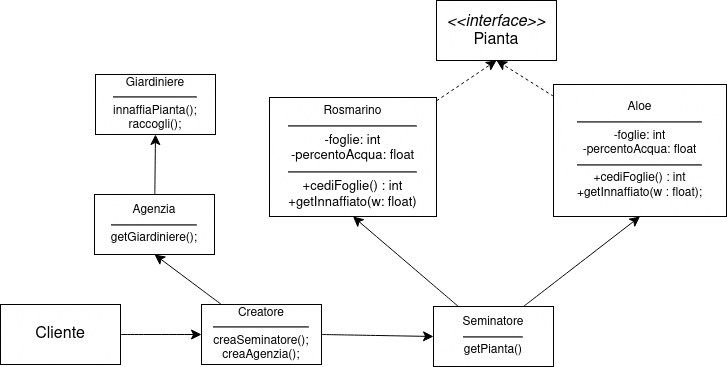
Before: y23-24-ids/plantScheme.drawio.png, a diagram exported from draw.io (belligerentcrow/ids_unict). Source tidied: cells renumbered, new cells last; positions are measured from the earlier drawing's top-left corner, leaving out a move shared by most shapes. Source of this version:
```xml
<mxGraphModel>
  <root>
    <mxCell id="0" />
    <mxCell id="1" parent="0" />
    <mxCell id="2" value="&lt;div&gt;&lt;i&gt;&lt;font style=&quot;font-size: 16px;&quot;&gt;&amp;lt;&amp;lt;interface&amp;gt;&amp;gt;&lt;br&gt;&lt;/font&gt;&lt;/i&gt;&lt;/div&gt;&lt;div&gt;&lt;font style=&quot;font-size: 16px;&quot;&gt;Pianta&lt;/font&gt;&lt;/div&gt;" style="rounded=0;whiteSpace=wrap;html=1;" parent="1" vertex="1">
      <mxGeometry x="436" width="120" height="60" as="geometry" />
    </mxCell>
    <mxCell id="3" value="&lt;font style=&quot;font-size: 16px;&quot;&gt;Cliente&lt;/font&gt;" style="rounded=0;whiteSpace=wrap;html=1;" parent="1" vertex="1">
      <mxGeometry y="304" width="120" height="60" as="geometry" />
    </mxCell>
    <mxCell id="4" style="edgeStyle=none;curved=1;rounded=0;jettySize=auto;html=1;entryX=0.5;entryY=1;entryDx=0;entryDy=0;fontSize=12;startSize=8;endSize=8;" parent="1" edge="1" source="6" target="9">
      <mxGeometry relative="1" as="geometry" />
    </mxCell>
    <mxCell id="5" style="edgeStyle=none;curved=1;rounded=0;jettySize=auto;html=1;exitX=0.75;exitY=0;exitDx=0;exitDy=0;entryX=0.5;entryY=1;entryDx=0;entryDy=0;fontSize=12;startSize=8;endSize=8;" parent="1" edge="1" source="6" target="11">
      <mxGeometry relative="1" as="geometry" />
    </mxCell>
    <mxCell id="6" value="&lt;div&gt;Seminatore&lt;/div&gt;&lt;div&gt;&lt;hr&gt;getPianta()&lt;br&gt;&lt;/div&gt;" style="rounded=0;whiteSpace=wrap;html=1;" parent="1" vertex="1">
      <mxGeometry x="433" y="306" width="120" height="60" as="geometry" />
    </mxCell>
    <mxCell id="7" style="endArrow=classic;html=1;rounded=0;fontSize=12;startSize=8;endSize=8;curved=1;entryX=0;entryY=0.5;entryDx=0;entryDy=0;exitX=1;exitY=0.5;exitDx=0;exitDy=0;" parent="1" edge="1" source="3" target="14">
      <mxGeometry relative="1" as="geometry" />
    </mxCell>
    <mxCell id="8" style="edgeStyle=none;curved=0;rounded=0;jettySize=auto;html=1;entryX=0.5;entryY=1;entryDx=0;entryDy=0;fontSize=12;startSize=8;endSize=8;dashed=1;" parent="1" edge="1" source="9" target="2">
      <mxGeometry relative="1" as="geometry" />
    </mxCell>
    <mxCell id="9" value="&lt;div&gt;&lt;font style=&quot;font-size: 12px;&quot;&gt;Rosmarino&lt;/font&gt;&lt;br&gt;&lt;hr&gt;&lt;font style=&quot;font-size: 13px;&quot;&gt;-foglie: int&lt;/font&gt;&lt;/div&gt;&lt;div&gt;&lt;font style=&quot;font-size: 13px;&quot;&gt;-percentoAcqua: float&lt;br&gt;&lt;/font&gt;&lt;/div&gt;&lt;div style=&quot;font-size: 13px;&quot;&gt;&lt;hr&gt;+cediFoglie() : int&lt;font style=&quot;font-size: 13px;&quot;&gt;&lt;br&gt;&lt;/font&gt;&lt;/div&gt;&lt;div style=&quot;font-size: 13px;&quot;&gt;&lt;font style=&quot;font-size: 13px;&quot;&gt;+getInnaffiato(w: float)&lt;br&gt;&lt;/font&gt;&lt;/div&gt;" style="rounded=0;whiteSpace=wrap;html=1;spacing=0;" parent="1" vertex="1">
      <mxGeometry x="269" y="97" width="167" height="119" as="geometry" />
    </mxCell>
    <mxCell id="10" style="edgeStyle=none;curved=1;rounded=0;jettySize=auto;html=1;entryX=0.5;entryY=1;entryDx=0;entryDy=0;fontSize=12;startSize=8;endSize=8;dashed=1;" parent="1" edge="1" source="11" target="2">
      <mxGeometry relative="1" as="geometry" />
    </mxCell>
    <mxCell id="11" value="&lt;div&gt;&lt;font style=&quot;font-size: 12px;&quot;&gt;Aloe&lt;br&gt;&lt;/font&gt;&lt;/div&gt;&lt;div&gt;&lt;hr&gt;&lt;font style=&quot;font-size: 12px;&quot;&gt;-foglie: int&lt;/font&gt;&lt;/div&gt;&lt;div&gt;&lt;font style=&quot;font-size: 12px;&quot;&gt;-percentoAcqua: float&lt;br&gt;&lt;/font&gt;&lt;/div&gt;&lt;div&gt;&lt;hr&gt;+cediFoglie() : int&lt;font style=&quot;font-size: 12px;&quot;&gt;&lt;br&gt;&lt;/font&gt;&lt;/div&gt;&lt;div&gt;&lt;font style=&quot;font-size: 12px;&quot;&gt;+getInnaffiato(w : float);&lt;br&gt;&lt;/font&gt;&lt;/div&gt;" style="rounded=0;whiteSpace=wrap;html=1;spacing=0;" parent="1" vertex="1">
      <mxGeometry x="553" y="84" width="173" height="132" as="geometry" />
    </mxCell>
    <mxCell id="12" style="edgeStyle=none;curved=1;rounded=0;jettySize=auto;html=1;exitX=1;exitY=0.5;exitDx=0;exitDy=0;entryX=0;entryY=0.5;entryDx=0;entryDy=0;fontSize=12;startSize=8;endSize=8;" parent="1" edge="1" source="14" target="6">
      <mxGeometry relative="1" as="geometry" />
    </mxCell>
    <mxCell id="13" style="edgeStyle=none;curved=1;rounded=0;jettySize=auto;html=1;fontSize=12;startSize=8;endSize=8;entryX=0.5;entryY=1;entryDx=0;entryDy=0;" parent="1" edge="1" source="14" target="16">
      <mxGeometry relative="1" as="geometry" />
    </mxCell>
    <mxCell id="14" value="&lt;div&gt;Creatore&lt;/div&gt;&lt;div&gt;&lt;hr&gt;creaSeminatore();&lt;/div&gt;&lt;div&gt;creaAgenzia();&lt;br&gt;&lt;/div&gt;" style="rounded=0;whiteSpace=wrap;html=1;" parent="1" vertex="1">
      <mxGeometry x="201" y="304" width="120" height="60" as="geometry" />
    </mxCell>
    <mxCell id="15" style="edgeStyle=none;curved=1;rounded=0;jettySize=auto;html=1;fontSize=12;startSize=8;endSize=8;entryX=0.5;entryY=1;entryDx=0;entryDy=0;" parent="1" edge="1" source="16" target="17">
      <mxGeometry relative="1" as="geometry" />
    </mxCell>
    <mxCell id="16" value="&lt;div&gt;Agenzia&lt;/div&gt;&lt;div&gt;&lt;hr&gt;getGiardiniere();&lt;br&gt;&lt;/div&gt;" style="rounded=0;whiteSpace=wrap;html=1;" parent="1" vertex="1">
      <mxGeometry x="94" y="194" width="120" height="60" as="geometry" />
    </mxCell>
    <mxCell id="17" value="&lt;div&gt;Giardiniere&lt;/div&gt;&lt;div&gt;&lt;hr&gt;innaffiaPianta();&lt;br&gt;&lt;/div&gt;&lt;div&gt;raccogli();&lt;br&gt;&lt;/div&gt;" style="rounded=0;whiteSpace=wrap;html=1;" parent="1" vertex="1">
      <mxGeometry x="95" y="74" width="120" height="60" as="geometry" />
    </mxCell>
  </root>
</mxGraphModel>
```
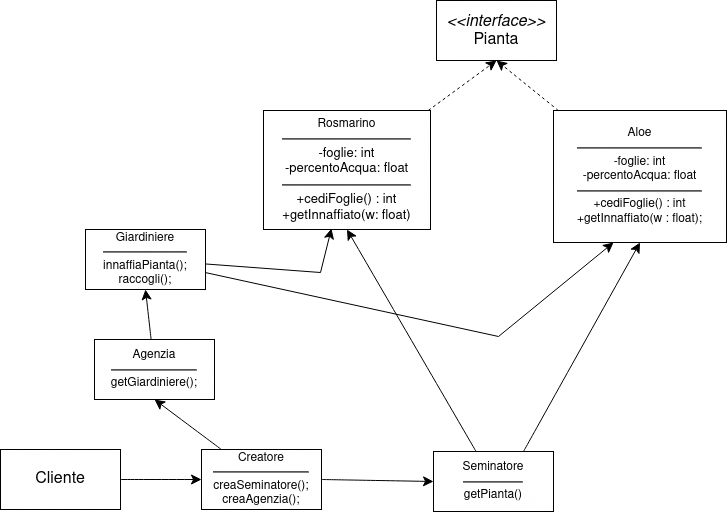
The same diagram one commit later.

The edit, as a diff of the source:
```diff
@@ -3,7 +3,7 @@
     <mxCell id="0" />
     <mxCell id="1" parent="0" />
     <mxCell id="2" value="&lt;div&gt;&lt;i&gt;&lt;font style=&quot;font-size: 16px;&quot;&gt;&amp;lt;&amp;lt;interface&amp;gt;&amp;gt;&lt;br&gt;&lt;/font&gt;&lt;/i&gt;&lt;/div&gt;&lt;div&gt;&lt;font style=&quot;font-size: 16px;&quot;&gt;Pianta&lt;/font&gt;&lt;/div&gt;" style="rounded=0;whiteSpace=wrap;html=1;" parent="1" vertex="1">
-      <mxGeometry x="436" width="120" height="60" as="geometry" />
+      <mxGeometry x="436" y="-145" width="120" height="60" as="geometry" />
     </mxCell>
     <mxCell id="3" value="&lt;font style=&quot;font-size: 16px;&quot;&gt;Cliente&lt;/font&gt;" style="rounded=0;whiteSpace=wrap;html=1;" parent="1" vertex="1">
       <mxGeometry y="304" width="120" height="60" as="geometry" />
@@ -24,13 +24,13 @@
       <mxGeometry relative="1" as="geometry" />
     </mxCell>
     <mxCell id="9" value="&lt;div&gt;&lt;font style=&quot;font-size: 12px;&quot;&gt;Rosmarino&lt;/font&gt;&lt;br&gt;&lt;hr&gt;&lt;font style=&quot;font-size: 13px;&quot;&gt;-foglie: int&lt;/font&gt;&lt;/div&gt;&lt;div&gt;&lt;font style=&quot;font-size: 13px;&quot;&gt;-percentoAcqua: float&lt;br&gt;&lt;/font&gt;&lt;/div&gt;&lt;div style=&quot;font-size: 13px;&quot;&gt;&lt;hr&gt;+cediFoglie() : int&lt;font style=&quot;font-size: 13px;&quot;&gt;&lt;br&gt;&lt;/font&gt;&lt;/div&gt;&lt;div style=&quot;font-size: 13px;&quot;&gt;&lt;font style=&quot;font-size: 13px;&quot;&gt;+getInnaffiato(w: float)&lt;br&gt;&lt;/font&gt;&lt;/div&gt;" style="rounded=0;whiteSpace=wrap;html=1;spacing=0;" parent="1" vertex="1">
-      <mxGeometry x="269" y="97" width="167" height="119" as="geometry" />
+      <mxGeometry x="263" y="-35" width="167" height="119" as="geometry" />
     </mxCell>
     <mxCell id="10" style="edgeStyle=none;curved=1;rounded=0;jettySize=auto;html=1;entryX=0.5;entryY=1;entryDx=0;entryDy=0;fontSize=12;startSize=8;endSize=8;dashed=1;" parent="1" edge="1" source="11" target="2">
       <mxGeometry relative="1" as="geometry" />
     </mxCell>
     <mxCell id="11" value="&lt;div&gt;&lt;font style=&quot;font-size: 12px;&quot;&gt;Aloe&lt;br&gt;&lt;/font&gt;&lt;/div&gt;&lt;div&gt;&lt;hr&gt;&lt;font style=&quot;font-size: 12px;&quot;&gt;-foglie: int&lt;/font&gt;&lt;/div&gt;&lt;div&gt;&lt;font style=&quot;font-size: 12px;&quot;&gt;-percentoAcqua: float&lt;br&gt;&lt;/font&gt;&lt;/div&gt;&lt;div&gt;&lt;hr&gt;+cediFoglie() : int&lt;font style=&quot;font-size: 12px;&quot;&gt;&lt;br&gt;&lt;/font&gt;&lt;/div&gt;&lt;div&gt;&lt;font style=&quot;font-size: 12px;&quot;&gt;+getInnaffiato(w : float);&lt;br&gt;&lt;/font&gt;&lt;/div&gt;" style="rounded=0;whiteSpace=wrap;html=1;spacing=0;" parent="1" vertex="1">
-      <mxGeometry x="553" y="84" width="173" height="132" as="geometry" />
+      <mxGeometry x="553" y="-35" width="173" height="132" as="geometry" />
     </mxCell>
     <mxCell id="12" style="edgeStyle=none;curved=1;rounded=0;jettySize=auto;html=1;exitX=1;exitY=0.5;exitDx=0;exitDy=0;entryX=0;entryY=0.5;entryDx=0;entryDy=0;fontSize=12;startSize=8;endSize=8;" parent="1" edge="1" source="14" target="6">
       <mxGeometry relative="1" as="geometry" />
@@ -47,8 +47,22 @@
     <mxCell id="16" value="&lt;div&gt;Agenzia&lt;/div&gt;&lt;div&gt;&lt;hr&gt;getGiardiniere();&lt;br&gt;&lt;/div&gt;" style="rounded=0;whiteSpace=wrap;html=1;" parent="1" vertex="1">
       <mxGeometry x="94" y="194" width="120" height="60" as="geometry" />
     </mxCell>
+    <mxCell id="18" style="edgeStyle=none;curved=0;rounded=0;jettySize=auto;html=1;fontSize=12;startSize=8;endSize=8;entryX=0.407;entryY=0.992;entryDx=0;entryDy=0;entryPerimeter=0;" parent="1" edge="1" source="17" target="9">
+      <mxGeometry relative="1" as="geometry">
+        <Array as="points">
+          <mxPoint x="320" y="127" />
+        </Array>
+      </mxGeometry>
+    </mxCell>
+    <mxCell id="19" style="edgeStyle=none;curved=0;rounded=0;jettySize=auto;html=1;fontSize=12;startSize=8;endSize=8;entryX=0.347;entryY=1;entryDx=0;entryDy=0;entryPerimeter=0;" parent="1" edge="1" source="17" target="11">
+      <mxGeometry relative="1" as="geometry">
+        <Array as="points">
+          <mxPoint x="498" y="191" />
+        </Array>
+      </mxGeometry>
+    </mxCell>
     <mxCell id="17" value="&lt;div&gt;Giardiniere&lt;/div&gt;&lt;div&gt;&lt;hr&gt;innaffiaPianta();&lt;br&gt;&lt;/div&gt;&lt;div&gt;raccogli();&lt;br&gt;&lt;/div&gt;" style="rounded=0;whiteSpace=wrap;html=1;" parent="1" vertex="1">
-      <mxGeometry x="95" y="74" width="120" height="60" as="geometry" />
+      <mxGeometry x="85" y="84" width="120" height="60" as="geometry" />
     </mxCell>
   </root>
 </mxGraphModel>
```
